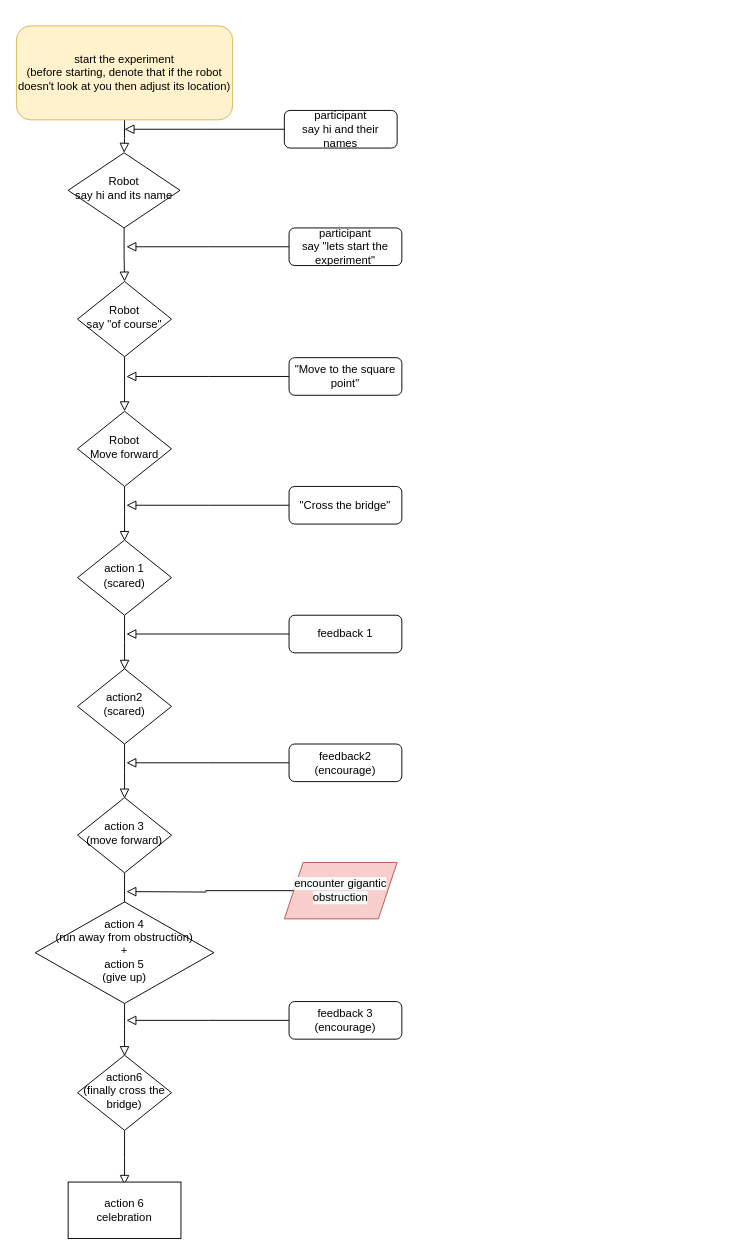
soominimini/vector_python_sdk_0.5.0_2version keeps this draw.io diagram as Untitled Diagram.drawio. Above is the earlier version. Source tidied: cells renumbered, new cells numbered last; positions are measured from the earlier drawing's top-left corner, leaving out a move shared by most shapes. Both pictures are drawn from the tidied source at 94%, with x=0, y=0 at pixel (16, 25).
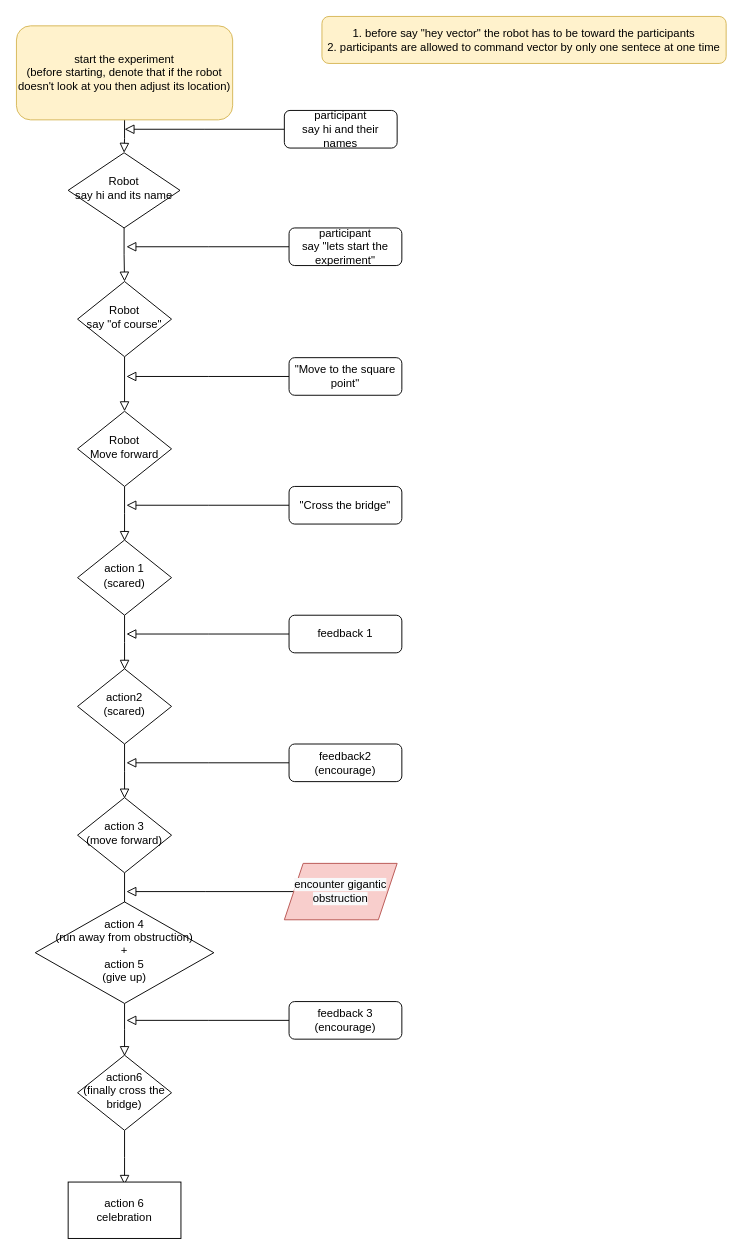
Above is the later version.

What changed in the source:
```diff
@@
     <mxCell id="35" value="&#10;&#10;&lt;span style=&quot;color: rgb(0, 0, 0); font-family: helvetica; font-size: 12px; font-style: normal; font-weight: 400; letter-spacing: normal; text-align: center; text-indent: 0px; text-transform: none; word-spacing: 0px; background-color: rgb(248, 249, 250); display: inline; float: none;&quot;&gt;encounter gigantic obstruction&lt;/span&gt;&#10;&#10;" style="shape=parallelogram;perimeter=parallelogramPerimeter;whiteSpace=wrap;html=1;fixedSize=1;fillColor=#f8cecc;strokeColor=#b85450;" parent="1" vertex="1">
-      <mxGeometry x="285" y="890" width="120" height="60" as="geometry" />
+      <mxGeometry x="285" y="891" width="120" height="60" as="geometry" />
     </mxCell>
@@
+    <mxCell id="37" value="1. before say &quot;hey vector&quot; the robot has to be toward the participants&lt;br&gt;2. participants are allowed to command vector by only one sentece at one time" style="rounded=1;whiteSpace=wrap;html=1;fontSize=12;glass=0;strokeWidth=1;shadow=0;fillColor=#fff2cc;strokeColor=#d6b656;" parent="1" vertex="1">
+      <mxGeometry x="325" y="-10" width="430" height="50" as="geometry" />
+    </mxCell>
```
